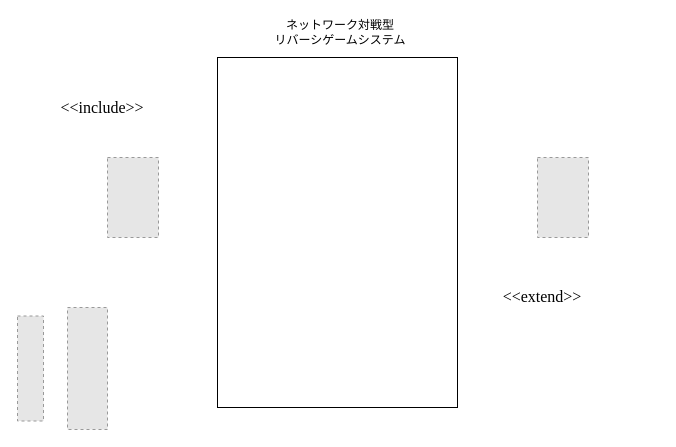
Earlier version of the draw.io diagram 要求仕様書/test2.drawio (ynuOthello2025-group9/YNU_Othello). Source tidied: cells renumbered, new cells numbered last; positions are measured from the earlier drawing's top-left corner, leaving out a move shared by most shapes. Both pictures are drawn from the tidied source at 100%, with x=0, y=0 at pixel (17, 17). Pictures stored in the file or linked from it are replaced by grey dashed boxes.
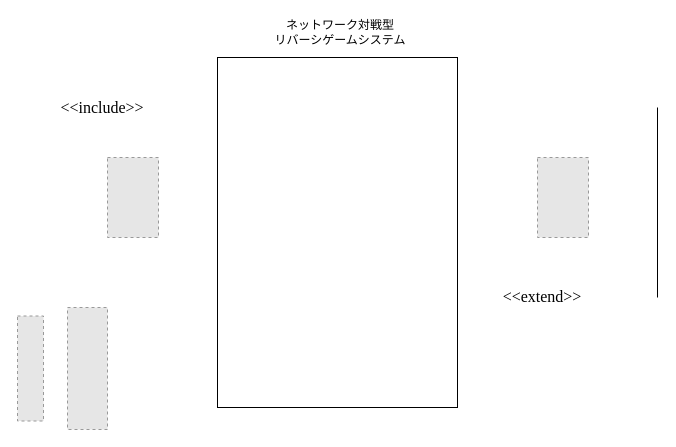
After the change.

Change to the diagram source:
```diff
@@
 <mxGraphModel>
   <root>
     <mxCell id="0" />
     <mxCell id="1" parent="0" />
     <mxCell id="2" style="rounded=0;whiteSpace=wrap;html=1;" parent="1" vertex="1">
       <mxGeometry x="200" y="40" width="240" height="350" as="geometry" />
     </mxCell>
     <mxCell id="3" value="ネットワーク対戦型&lt;br&gt;リバーシゲームシステム" style="text;html=1;align=center;verticalAlign=middle;whiteSpace=wrap;rounded=0;" parent="1" vertex="1">
       <mxGeometry x="220" width="206" height="30" as="geometry" />
     </mxCell>
     <mxCell id="4" style="fillColor=#E6E6E6;strokeColor=#999999;dashed=1;verticalLabelPosition=bottom;labelBackgroundColor=default;verticalAlign=top;" parent="1" vertex="1">
       <mxGeometry x="520" y="140" width="51" height="80" as="geometry" />
     </mxCell>
     <mxCell id="5" style="fillColor=#E6E6E6;strokeColor=#999999;dashed=1;verticalLabelPosition=bottom;labelBackgroundColor=default;verticalAlign=top;" parent="1" vertex="1">
       <mxGeometry x="90" y="140" width="51" height="80" as="geometry" />
     </mxCell>
     <mxCell id="6" style="fillColor=#E6E6E6;strokeColor=#999999;dashed=1;verticalLabelPosition=bottom;labelBackgroundColor=default;verticalAlign=top;" parent="1" vertex="1">
       <mxGeometry x="50" y="290" width="40" height="122" as="geometry" />
     </mxCell>
     <mxCell id="7" style="fillColor=#E6E6E6;strokeColor=#999999;dashed=1;verticalLabelPosition=bottom;labelBackgroundColor=default;verticalAlign=top;" parent="1" vertex="1">
       <mxGeometry y="298.5" width="26" height="105" as="geometry" />
     </mxCell>
     <mxCell id="8" value="&lt;p style=&quot;language:ja;margin-top:7.2pt;margin-bottom:0pt;text-align:left;&lt;br/&gt;direction:ltr;unicode-bidi:embed;vertical-align:baseline;mso-line-break-override:&lt;br/&gt;none;punctuation-wrap:hanging&quot;&gt;&lt;span style=&quot;font-size: 12pt; font-family: &amp;quot;Times New Roman&amp;quot;;&quot;&gt;&amp;lt;&amp;lt;include&amp;gt;&amp;gt;&lt;/span&gt;&lt;/p&gt;" style="text;html=1;align=center;verticalAlign=middle;whiteSpace=wrap;rounded=0;" parent="1" vertex="1">
       <mxGeometry x="20" y="70" width="130" height="30" as="geometry" />
     </mxCell>
     <mxCell id="9" value="&lt;p style=&quot;language:ja;margin-top:7.2pt;margin-bottom:0pt;text-align:left;&lt;br/&gt;direction:ltr;unicode-bidi:embed;vertical-align:baseline;mso-line-break-override:&lt;br/&gt;none;punctuation-wrap:hanging&quot;&gt;&lt;span style=&quot;font-size: 12pt; font-family: &amp;quot;Times New Roman&amp;quot;;&quot;&gt;&amp;lt;&amp;lt;extend&amp;gt;&amp;gt;&lt;/span&gt;&lt;/p&gt;" style="text;html=1;align=center;verticalAlign=middle;whiteSpace=wrap;rounded=0;" parent="1" vertex="1">
       <mxGeometry x="460" y="248.5" width="130" height="50" as="geometry" />
     </mxCell>
+    <mxCell id="10" style="endArrow=none;html=1;rounded=0;" parent="1" edge="1">
+      <mxGeometry relative="1" as="geometry">
+        <mxPoint x="640" y="280" as="sourcePoint" />
+        <mxPoint x="640" y="90" as="targetPoint" />
+      </mxGeometry>
+    </mxCell>
   </root>
 </mxGraphModel>
```
